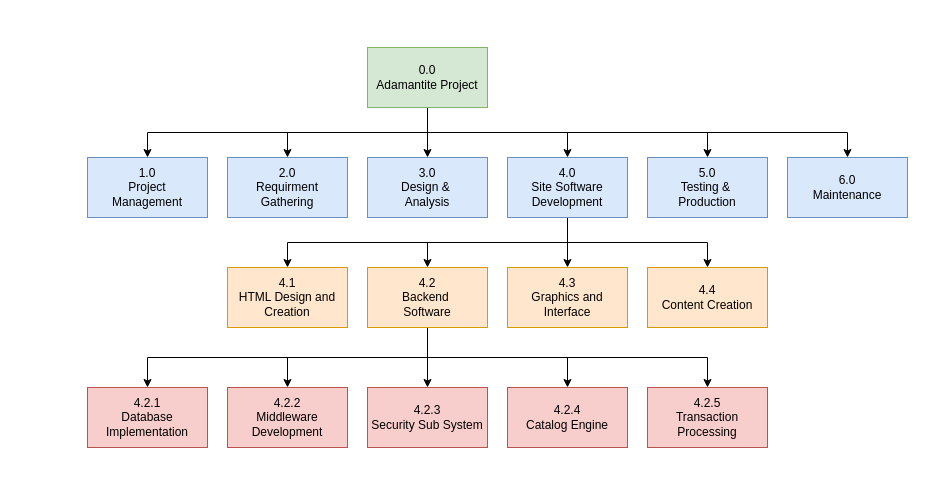
Earlier version of the draw.io diagram page "WBS Site Development" (2 of 3) of Untitled Diagram.drawio (milw0rm54/DiagramProject-GamesWeb). Source tidied: cells renumbered, new cells numbered last; positions are measured from the earlier drawing's top-left corner, leaving out a move shared by most shapes. Both pictures are drawn from the tidied source at 100%, with x=0, y=0 at pixel (87, 47).
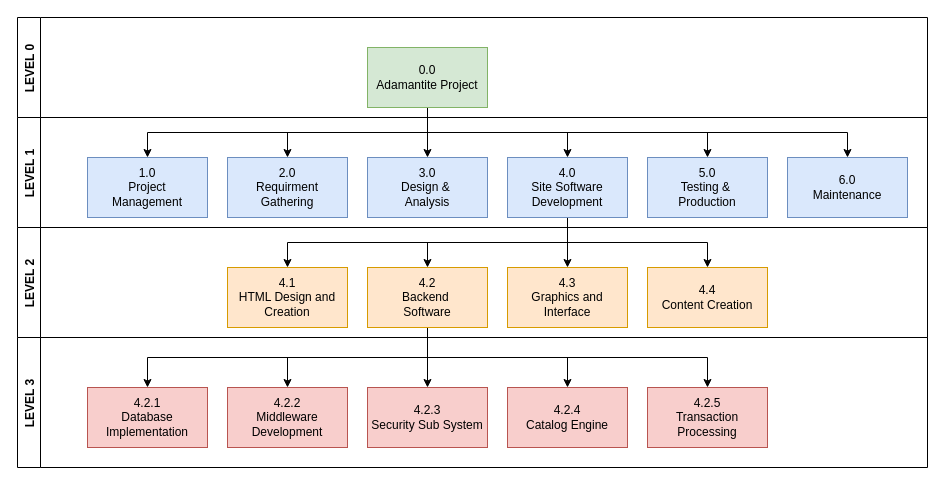
After the change.

What changed in the source:
```diff
@@
+    <mxCell id="33" value="LEVEL 0" style="swimlane;horizontal=0;" parent="1" vertex="1">
+      <mxGeometry x="-70" y="-30" width="910" height="100" as="geometry" />
+    </mxCell>
+    <mxCell id="34" value="LEVEL 1" style="swimlane;horizontal=0;" parent="1" vertex="1">
+      <mxGeometry x="-70" y="70" width="910" height="110" as="geometry" />
+    </mxCell>
+    <mxCell id="35" value="LEVEL 2" style="swimlane;horizontal=0;" parent="1" vertex="1">
+      <mxGeometry x="-70" y="180" width="910" height="110" as="geometry" />
+    </mxCell>
+    <mxCell id="36" value="LEVEL 3" style="swimlane;horizontal=0;" parent="1" vertex="1">
+      <mxGeometry x="-70" y="290" width="910" height="130" as="geometry" />
+    </mxCell>
```
